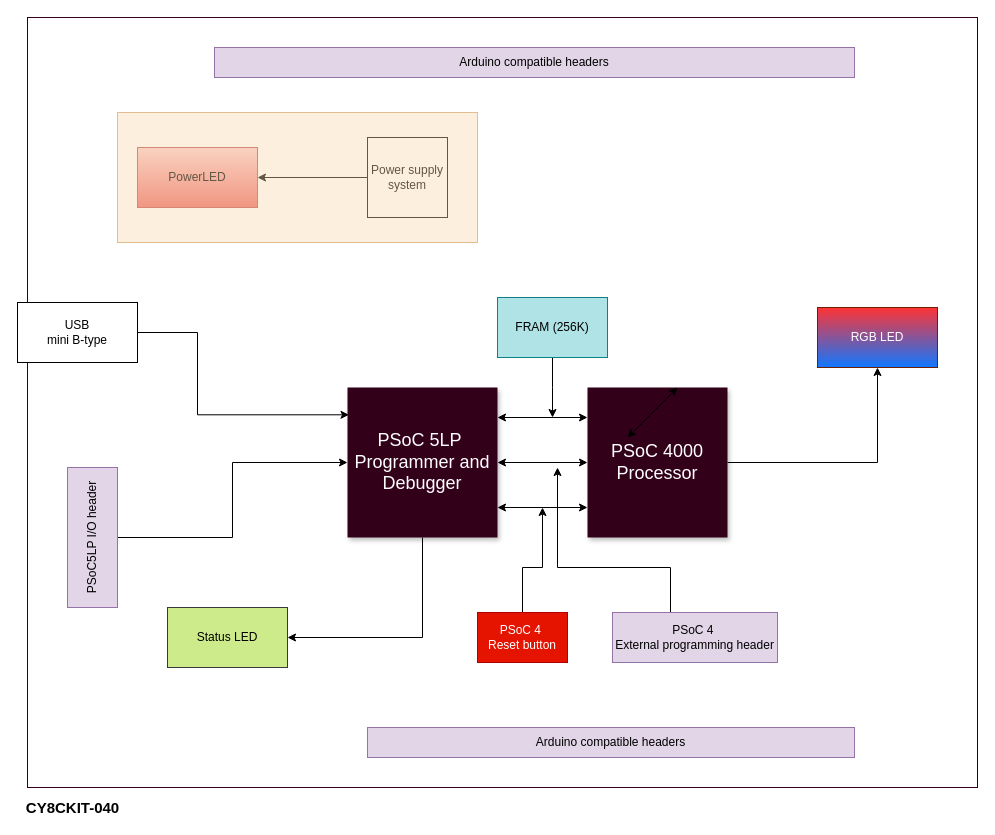
The draw.io diagram assignments/week_2/assets/hw_bd_cy8ckit-040.drawio in kambadur/making_embedded_systems, before the edit. Source tidied: cells renumbered, new cells numbered last; positions are measured from the earlier drawing's top-left corner, leaving out a move shared by most shapes. Both pictures are drawn from the tidied source at 100%, with x=0, y=0 at pixel (17, 17).
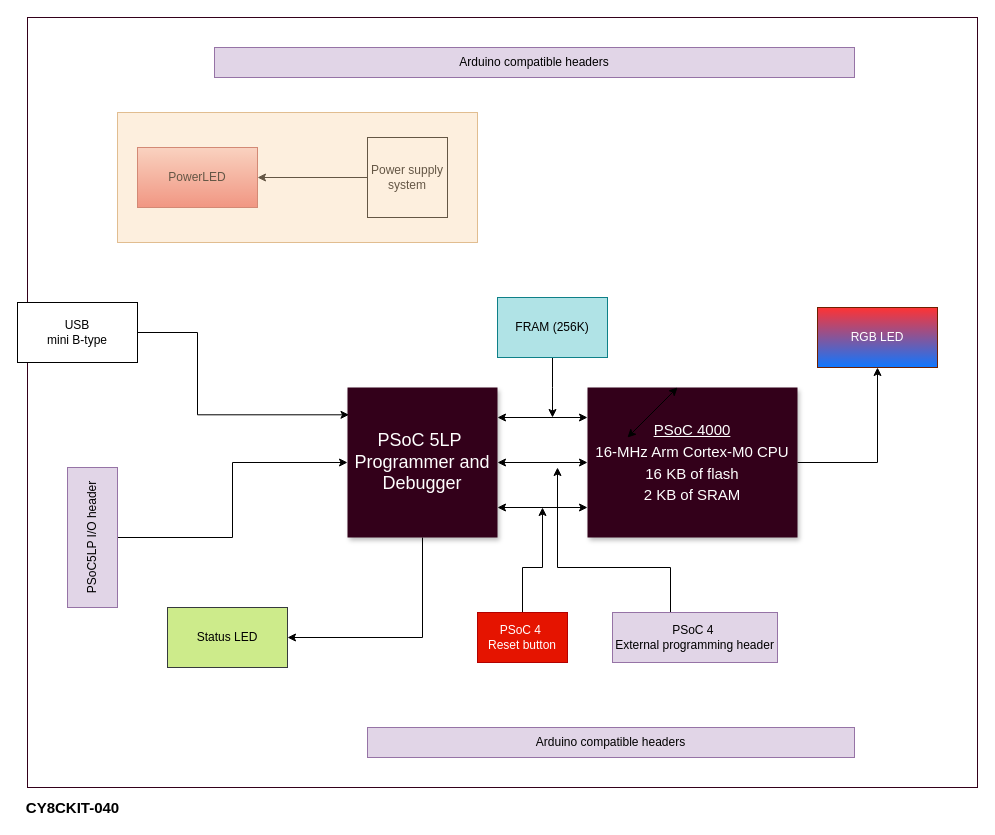
After the change.

Change to the diagram source:
```diff
@@
-    <mxCell id="4" value="&lt;font color=&quot;#ffffff&quot;&gt;PSoC 4000&lt;br&gt;Processor&lt;br&gt;&lt;/font&gt;" style="whiteSpace=wrap;html=1;shadow=1;fontSize=18;fillColor=#33001A;strokeColor=none;" parent="1" vertex="1">
-      <mxGeometry x="570" y="370" width="140" height="150" as="geometry" />
+    <mxCell id="4" value="&lt;u style=&quot;color: rgb(255 , 255 , 255)&quot;&gt;&lt;span style=&quot;font-size: 15px&quot;&gt;PSoC 4000&lt;/span&gt;&lt;/u&gt;&lt;br style=&quot;color: rgb(255 , 255 , 255)&quot;&gt;&lt;div style=&quot;color: rgb(255 , 255 , 255)&quot;&gt;&lt;span style=&quot;font-size: 15px&quot;&gt;16-MHz Arm Cortex-M0 CPU&lt;/span&gt;&lt;/div&gt;&lt;div style=&quot;color: rgb(255 , 255 , 255)&quot;&gt;&lt;span style=&quot;font-size: 15px&quot;&gt;16 KB of flash&lt;/span&gt;&lt;/div&gt;&lt;div style=&quot;color: rgb(255 , 255 , 255)&quot;&gt;&lt;span style=&quot;font-size: 15px&quot;&gt;2 KB of SRAM&lt;/span&gt;&lt;/div&gt;" style="whiteSpace=wrap;html=1;shadow=1;fontSize=18;fillColor=#33001A;strokeColor=none;" parent="1" vertex="1">
+      <mxGeometry x="570" y="370" width="210" height="150" as="geometry" />
     </mxCell>
```
